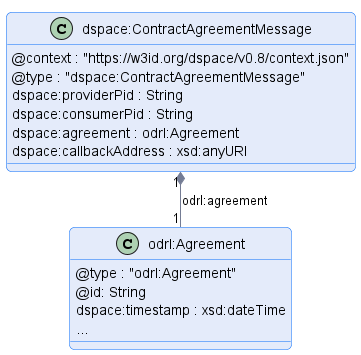
This is negotiation/message/diagram/contract-agreement-message.png from International-Data-Spaces-Association/ids-specification, a PlantUML export, as it was before one commit.
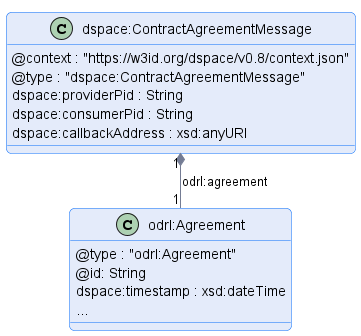
Above is the later version.

What changed in the source:
```diff
@@ -11,7 +11,6 @@
     @type : "dspace:ContractAgreementMessage"
     dspace:providerPid : String
     dspace:consumerPid : String
-    dspace:agreement : odrl:Agreement
     dspace:callbackAddress : xsd:anyURI
 }
 
```
